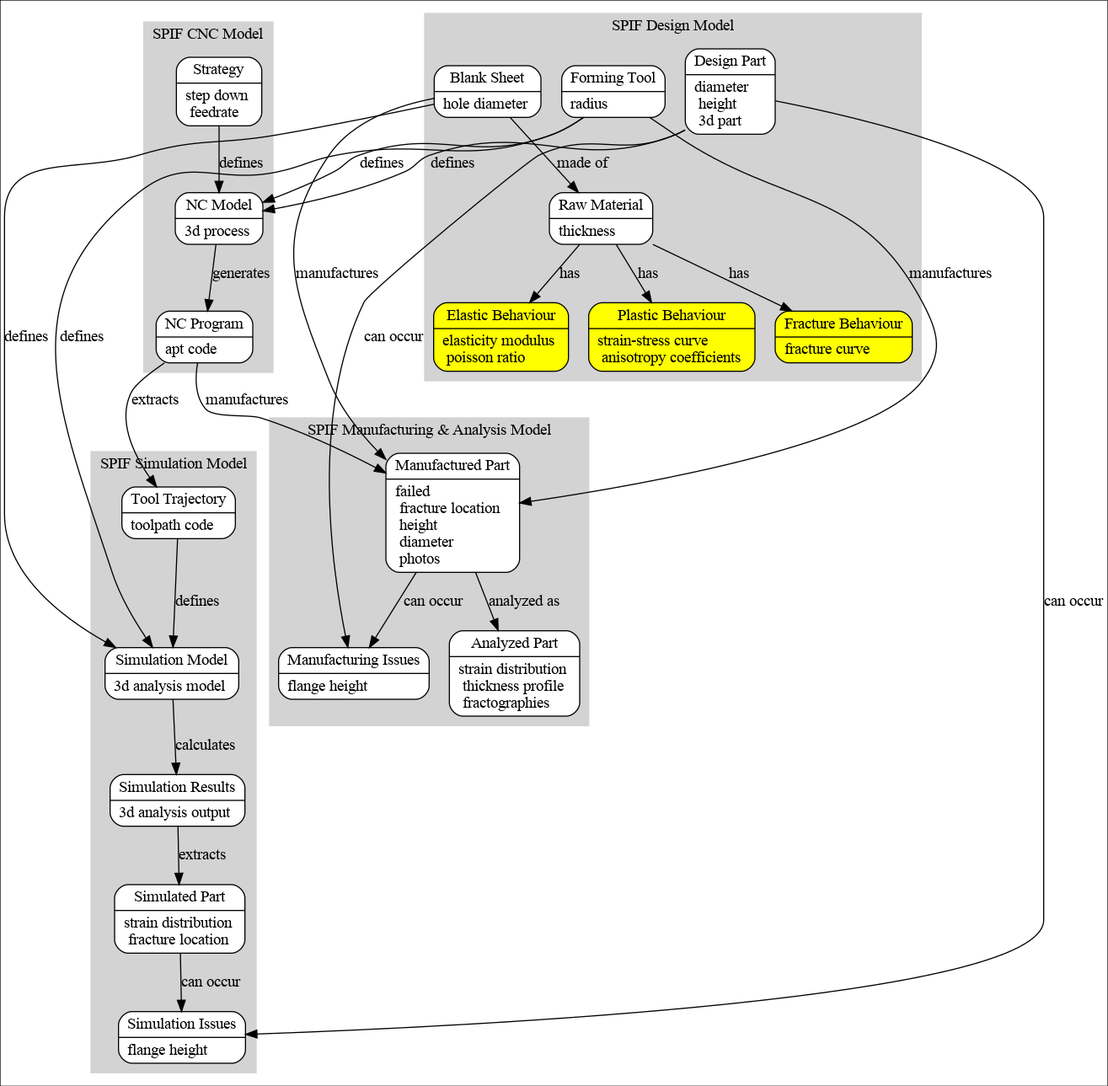
This is Ontology_Layer/Data_Model/data_enriched.gv.png from ModelsforManufacturing/hole-flanging-by-SPIF-in-a-single-stage, a Graphviz export, as it was before one commit. Its source is kept beside it as Ontology_Layer/Data_Model/data_enriched.gv.
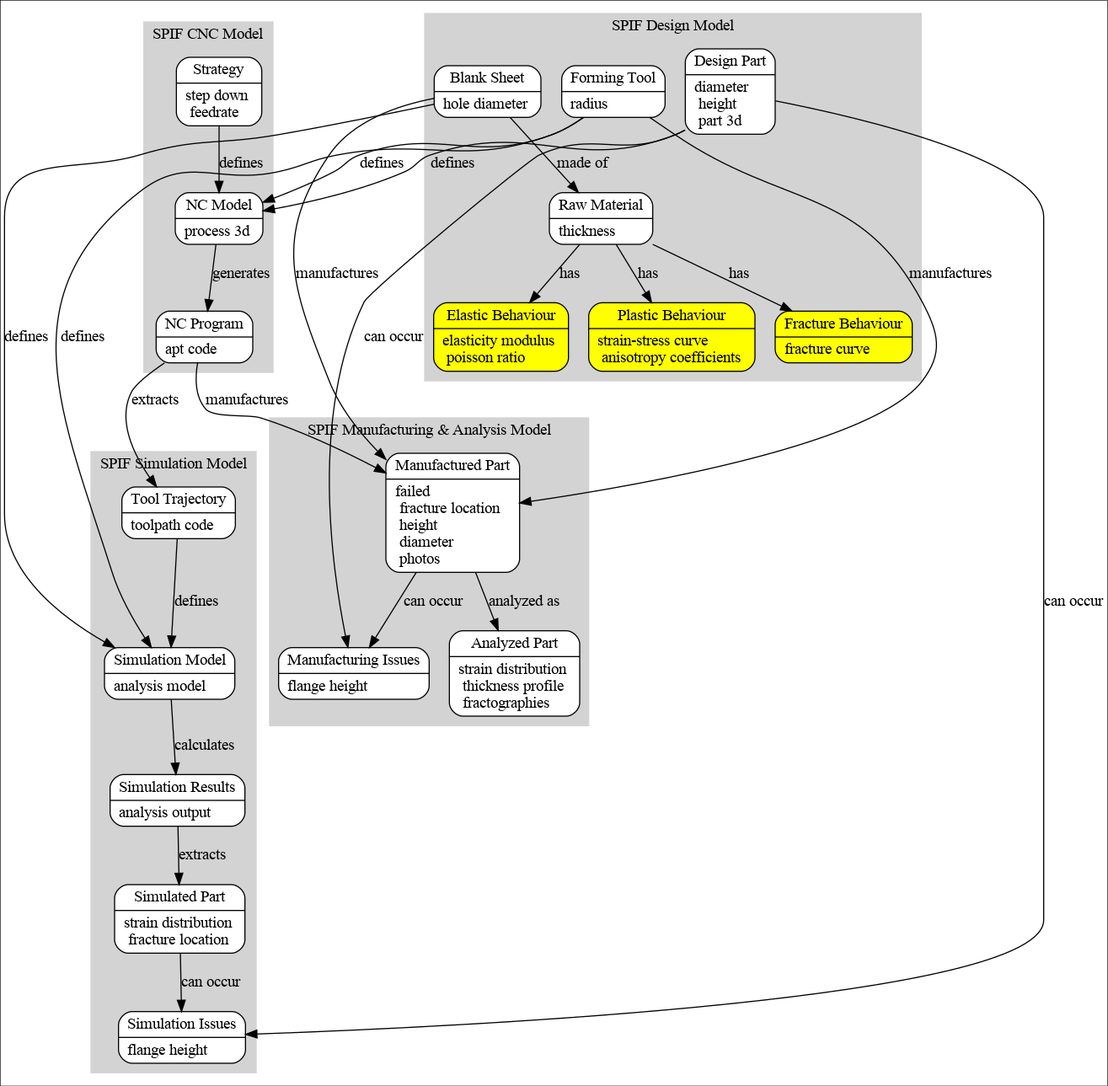
After the commit.

Diff of the diagram source:
```diff
@@ -65,7 +65,7 @@
     subgraph clusterParts {
         blank [label="{Blank Sheet | hole diameter \l}"]
         raw [label="{Raw Material | thickness \l}"]
-        part [label="{Design Part | diameter \l height \l 3d part \l}"]
+        part [label="{Design Part | diameter \l height \l part 3d \l}"]
         tool [label="{Forming Tool | radius \l}"]
 
         elastic [label="{Elastic Behaviour | elasticity modulus \l poisson ratio \l}"]
@@ -78,14 +78,14 @@
     subgraph clusterNC {
         strategy [label="{Strategy | step down \l feedrate \l}"]
         program [label="{NC Program | apt code \l}"]
-        nc [label="{NC Model | 3d process \l}"]
+        nc [label="{NC Model | process 3d \l}"]
     }
 
     /* SPIF Simulation Model */
     subgraph clustersimulation {
         path [label="{Tool Trajectory | toolpath code \l}"]
-        sim_model [label="{Simulation Model | 3d analysis model \l}"]
-        sim_res [label="{Simulation Results | 3d analysis output \l}"]
+        sim_model [label="{Simulation Model | analysis model \l}"]
+        sim_res [label="{Simulation Results | analysis output \l}"]
         part_sim [label="{Simulated Part | strain distribution \l fracture location \l}"]
         iss_sim [label="{Simulation Issues | flange height \l}"]
     }
```
